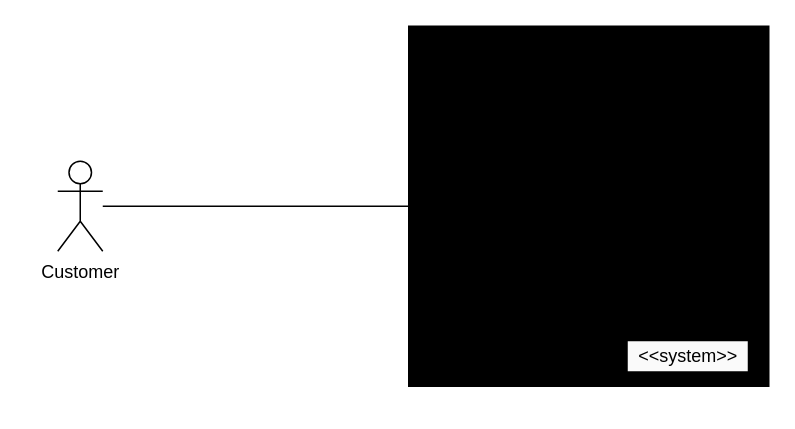
The draw.io diagram Diagrammes/bilemo_contexte.drawio in JgPhil/BileMo, before the edit. Source tidied: cells renumbered, new cells numbered last; positions are measured from the earlier drawing's top-left corner, leaving out a move shared by most shapes. Both pictures are drawn from the tidied source at 150%, with x=0, y=0 at pixel (57, 26).
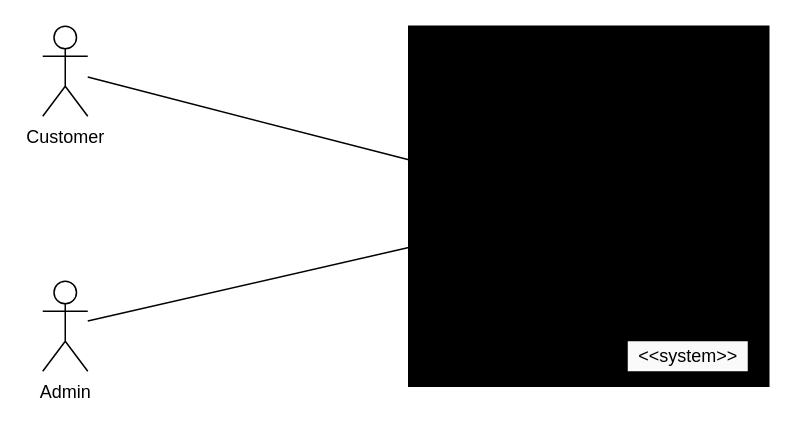
The same page after the edit.

The edit, as a diff of the source:
```diff
@@
 <mxGraphModel>
   <root>
     <mxCell id="0" />
     <mxCell id="1" parent="0" />
     <mxCell id="2" style="whiteSpace=wrap;html=1;fillColor=#000000;" parent="1" vertex="1">
       <mxGeometry x="234" width="240" height="240" as="geometry" />
     </mxCell>
     <mxCell id="3" value="Customer" style="shape=umlActor;verticalLabelPosition=bottom;verticalAlign=top;html=1;outlineConnect=0;fillColor=#FFFFFF;" parent="1" vertex="1">
-      <mxGeometry y="90" width="30" height="60" as="geometry" />
+      <mxGeometry x="-10" width="30" height="60" as="geometry" />
     </mxCell>
     <mxCell id="4" style="endArrow=none;html=1;" parent="1" edge="1" source="3" target="2">
       <mxGeometry relative="1" as="geometry" />
     </mxCell>
     <mxCell id="5" value="&amp;lt;&amp;lt;system&amp;gt;&amp;gt;" style="text;html=1;align=center;verticalAlign=middle;fillColor=#FAFAFA;" parent="1" vertex="1">
       <mxGeometry x="380" y="210" width="80" height="20" as="geometry" />
     </mxCell>
+    <mxCell id="6" value="Admin" style="shape=umlActor;verticalLabelPosition=bottom;verticalAlign=top;html=1;outlineConnect=0;fillColor=#FFFFFF;" parent="1" vertex="1">
+      <mxGeometry x="-10" y="170" width="30" height="60" as="geometry" />
+    </mxCell>
+    <mxCell id="7" style="endArrow=none;html=1;" parent="1" edge="1" source="6" target="2">
+      <mxGeometry relative="1" as="geometry" />
+    </mxCell>
   </root>
 </mxGraphModel>
```
